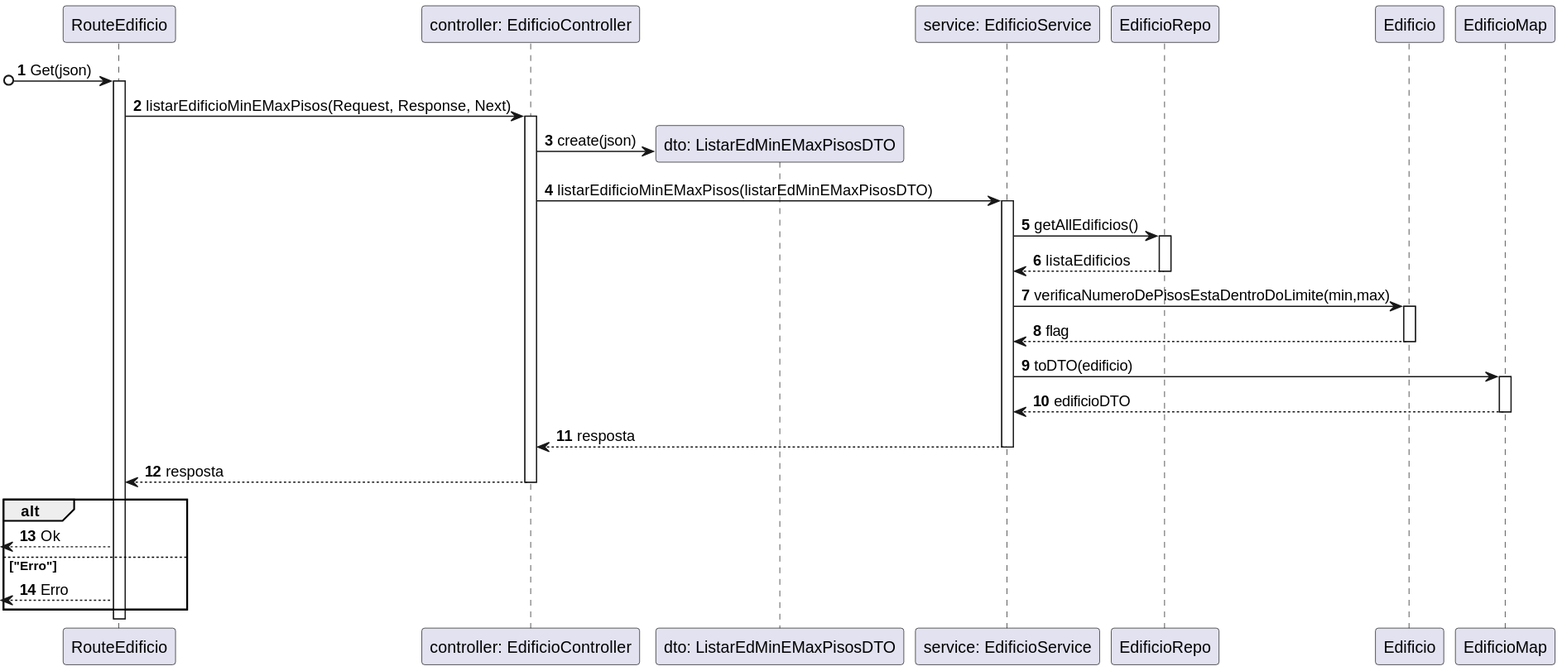
SEM5PI2324G58/sem5pi_g58_23_24 keeps this PlantUML diagram as docs/Sprint_A/US_180/N3/US180_VP.svg. Above is the earlier version. Source of this version:
```plantuml
@startuml
autonumber

participant RouteEdificio as route
participant "controller: EdificioController" as ctrl
participant "dto: ListarEdMinEMaxPisosDTO" as dto
participant "service: EdificioService" as service
participant "EdificioRepo" as edRepo
participant "Edificio" as edificio
participant "EdificioMap" as edificioMap



[o-> route: Get(json)
activate route
route -> ctrl: listarEdificioMinEMaxPisos(Request, Response, Next)
activate ctrl
ctrl -> dto ** : create(json)
ctrl -> service: listarEdificioMinEMaxPisos(listarEdMinEMaxPisosDTO)
activate service
service -> edRepo: getAllEdificios()
activate edRepo
return listaEdificios
service -> edificio :  verificaNumeroDePisosEstaDentroDoLimite(min,max)
activate edificio
return flag
service -> edificioMap: toDTO(edificio)
activate edificioMap
return edificioDTO
return resposta
return resposta
alt
<-- route: Ok
else "Erro"
<-- route: Erro
end alt














@enduml
```
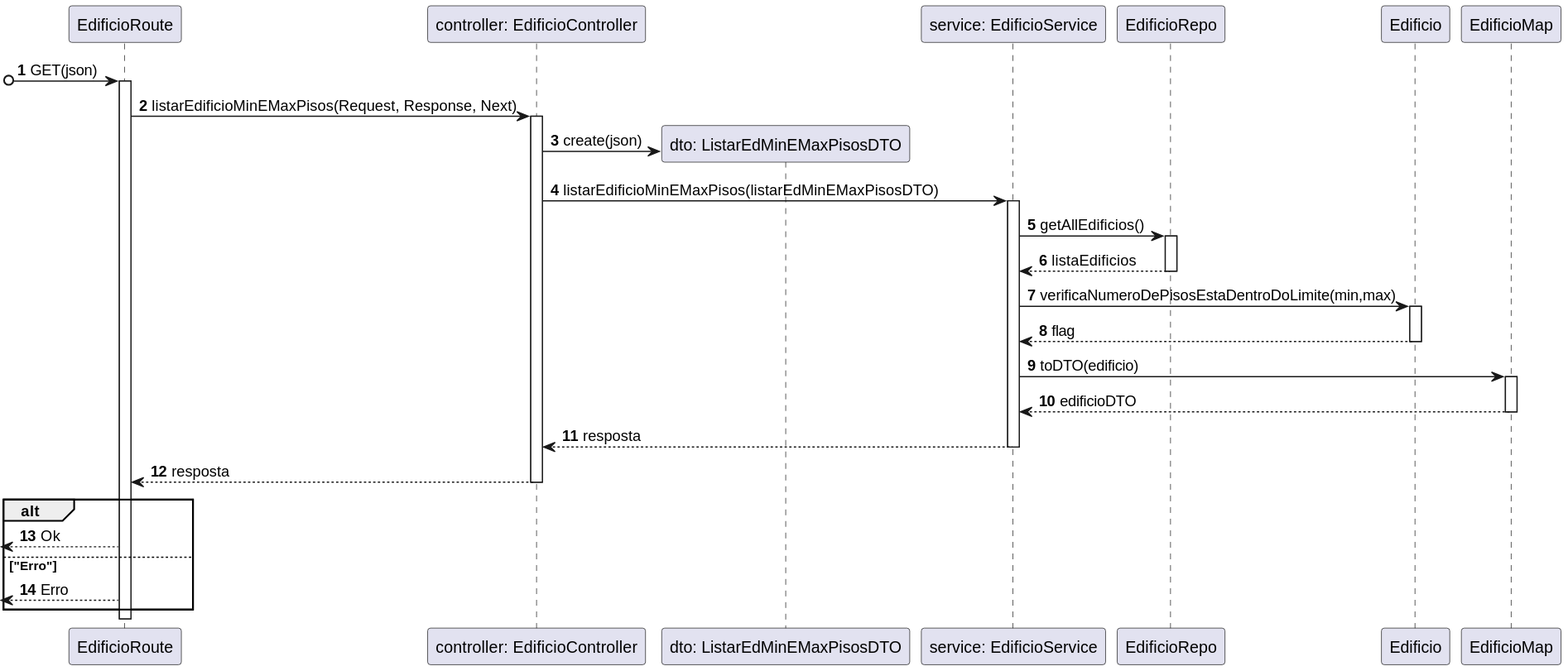
Later version of the same file.

The edit, as a diff of the source:
```diff
@@ -1,7 +1,7 @@
 @startuml
 autonumber
 
-participant RouteEdificio as route
+participant EdificioRoute as route
 participant "controller: EdificioController" as ctrl
 participant "dto: ListarEdMinEMaxPisosDTO" as dto
 participant "service: EdificioService" as service
@@ -11,7 +11,7 @@
 
 
 
-[o-> route: Get(json)
+[o-> route: GET(json)
 activate route
 route -> ctrl: listarEdificioMinEMaxPisos(Request, Response, Next)
 activate ctrl
```
